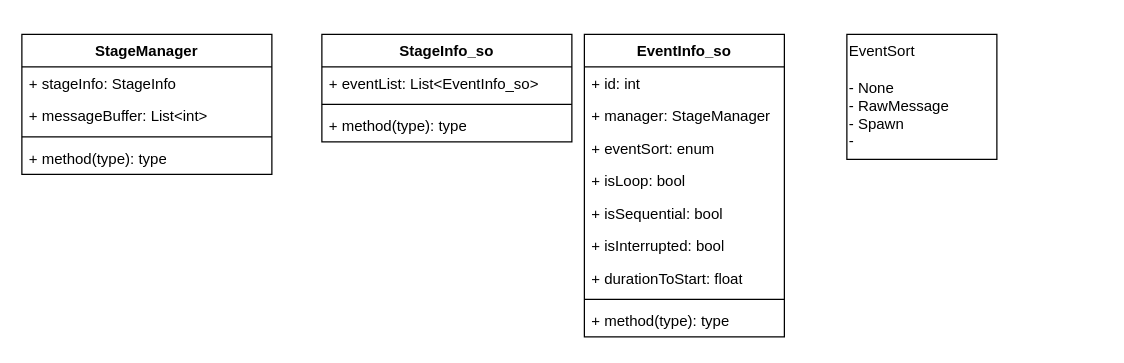
Above: Concept/이용욱/StageAndEvent.drawio in ashibar/projectY (draw.io), before the change. Source tidied: cells renumbered, new cells numbered last; positions are measured from the earlier drawing's top-left corner, leaving out a move shared by most shapes. Both pictures are drawn from the tidied source at 125%, with x=0, y=0 at pixel (21, 34).
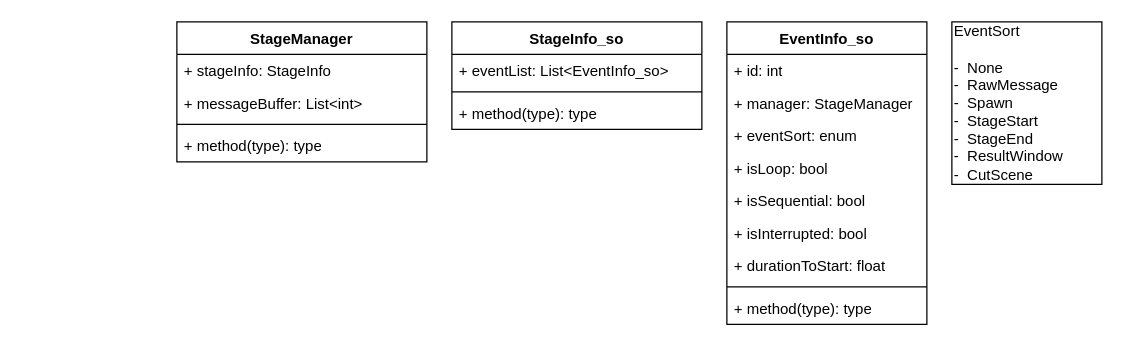
The same page after the edit.

The edit, as a diff of the source:
```diff
@@
     <mxCell id="2" value="StageInfo_so" style="swimlane;fontStyle=1;align=center;verticalAlign=top;horizontal=1;startSize=26;whiteSpace=wrap;html=1;" parent="1" vertex="1">
-      <mxGeometry x="240" width="200" height="86" as="geometry" />
+      <mxGeometry x="344" y="-10" width="200" height="86" as="geometry" />
     </mxCell>
@@
     <mxCell id="6" value="EventInfo_so" style="swimlane;fontStyle=1;align=center;verticalAlign=top;horizontal=1;startSize=26;whiteSpace=wrap;html=1;" parent="1" vertex="1">
-      <mxGeometry x="450" width="160" height="242" as="geometry" />
+      <mxGeometry x="564" y="-10" width="160" height="242" as="geometry" />
     </mxCell>
@@
-    <mxCell id="16" value="EventSort&lt;br&gt;&lt;br&gt;- None&lt;br&gt;- RawMessage&lt;br&gt;- Spawn&lt;br&gt;-&amp;nbsp;" style="html=1;whiteSpace=wrap;align=left;" parent="1" vertex="1">
-      <mxGeometry x="660" width="120" height="100" as="geometry" />
+    <mxCell id="16" value="EventSort&lt;br&gt;&lt;br&gt;-&amp;nbsp; None&lt;br&gt;-&amp;nbsp; RawMessage&lt;br&gt;-&amp;nbsp; Spawn&lt;br&gt;-&amp;nbsp; StageStart&lt;br&gt;-&amp;nbsp; StageEnd&lt;br&gt;-&amp;nbsp; ResultWindow&lt;br&gt;-&amp;nbsp; CutScene" style="html=1;whiteSpace=wrap;align=left;" parent="1" vertex="1">
+      <mxGeometry x="744" y="-10" width="120" height="130" as="geometry" />
     </mxCell>
     <mxCell id="17" value="StageManager" style="swimlane;fontStyle=1;align=center;verticalAlign=top;horizontal=1;startSize=26;whiteSpace=wrap;html=1;" parent="1" vertex="1">
-      <mxGeometry width="200" height="112" as="geometry" />
+      <mxGeometry x="124" y="-10" width="200" height="112" as="geometry" />
     </mxCell>
```
